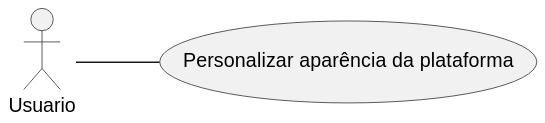
Phenrique-sousa/APS-documents keeps this PlantUML diagram as specs/casos_de_uso/svg/uml_uc16.svg. Above is the earlier version.
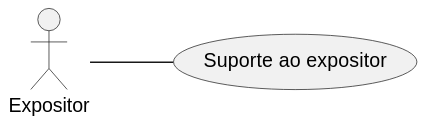
Above is the later version.

Change to the diagram source:
```diff
@@ -1,9 +1,9 @@
 @startuml
 left to right direction
 
-actor "Usuario" as Usuario
+actor "Expositor" as Usuario
 
-usecase "Personalizar aparência da plataforma" as UC2
+usecase "Suporte ao expositor" as UC2
 
 Usuario -- UC2
 
```
